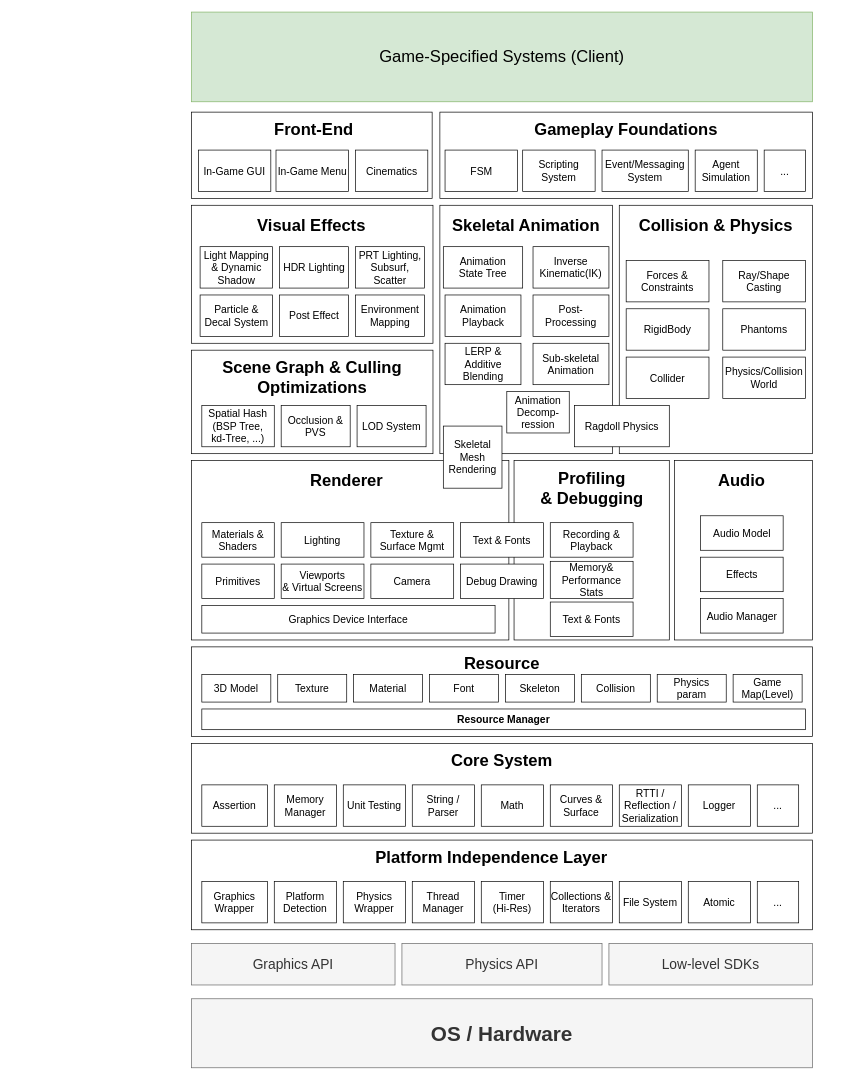
Before: Documents/Architecture.drawio in Hamsik2rang/Kepler, a draw.io diagram. Source tidied: cells renumbered, new cells numbered last; positions are measured from the earlier drawing's top-left corner, leaving out a move shared by most shapes. Both pictures are drawn from the tidied source at 69%, with x=0, y=0 at pixel (191, 12).
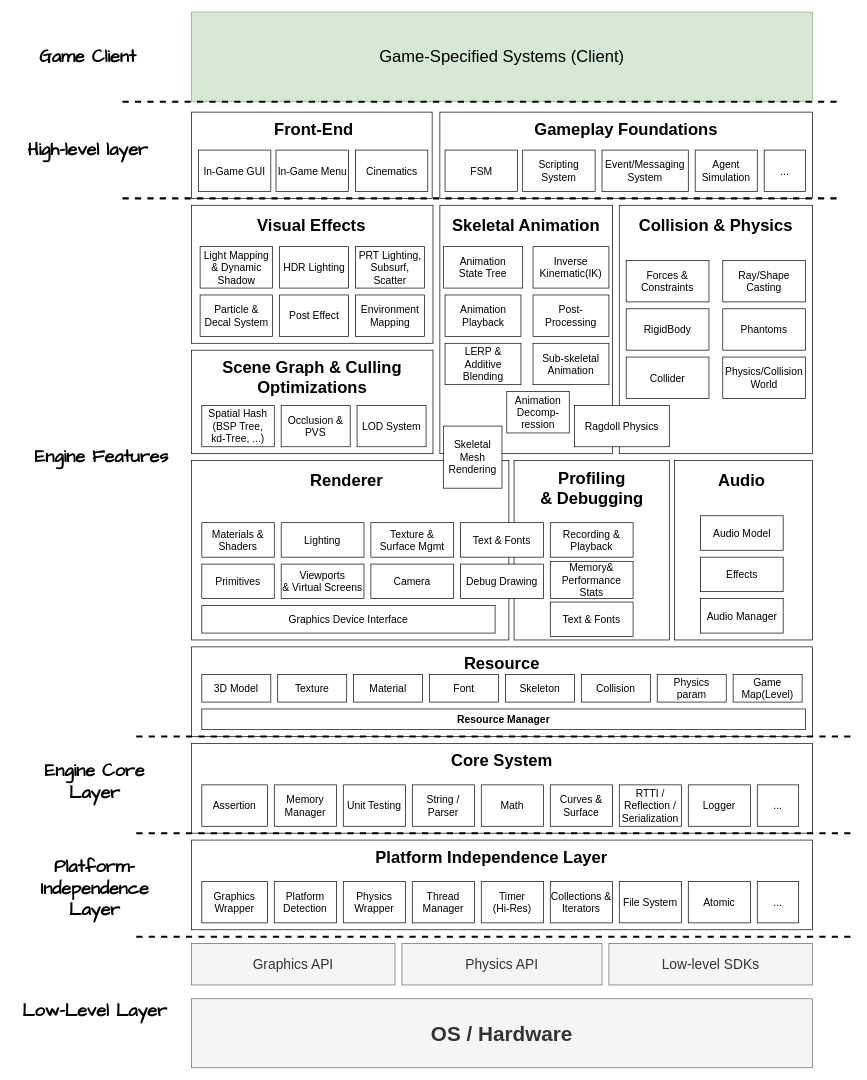
Above is the later version.

Commit message (it also covers changes not shown here):
docs: 레이어 단위 아키텍처 이미지 업로드

What changed in the source:
```diff
@@
+    <mxCell id="105" style="endArrow=none;dashed=1;html=1;rounded=0;strokeWidth=3;" parent="1" edge="1">
+      <mxGeometry relative="1" as="geometry">
+        <mxPoint x="-80" y="1190" as="sourcePoint" />
+        <mxPoint x="960" y="1190" as="targetPoint" />
+      </mxGeometry>
+    </mxCell>
+    <mxCell id="106" style="endArrow=none;dashed=1;html=1;rounded=0;strokeWidth=3;" parent="1" edge="1">
+      <mxGeometry relative="1" as="geometry">
+        <mxPoint x="-80" y="1340" as="sourcePoint" />
+        <mxPoint x="960" y="1340" as="targetPoint" />
+      </mxGeometry>
+    </mxCell>
+    <mxCell id="107" value="Platform-Independence Layer" style="text;html=1;strokeColor=none;fillColor=none;align=center;verticalAlign=middle;whiteSpace=wrap;rounded=0;fontFamily=Comic Sans MS;fontSize=26;fontStyle=1;" parent="1" vertex="1">
+      <mxGeometry x="-250" y="1230" width="220" height="80" as="geometry" />
+    </mxCell>
+    <mxCell id="108" value="Low-Level Layer" style="text;html=1;strokeColor=none;fillColor=none;align=center;verticalAlign=middle;whiteSpace=wrap;rounded=0;fontFamily=Comic Sans MS;fontSize=26;fontStyle=1;" parent="1" vertex="1">
+      <mxGeometry x="-250" y="1407" width="220" height="80" as="geometry" />
+    </mxCell>
+    <mxCell id="109" value="Engine Core Layer" style="text;html=1;strokeColor=none;fillColor=none;align=center;verticalAlign=middle;whiteSpace=wrap;rounded=0;fontFamily=Comic Sans MS;fontSize=26;fontStyle=1;" parent="1" vertex="1">
+      <mxGeometry x="-250" y="1075" width="220" height="80" as="geometry" />
+    </mxCell>
+    <mxCell id="110" style="endArrow=none;dashed=1;html=1;rounded=0;strokeWidth=3;" parent="1" edge="1">
+      <mxGeometry relative="1" as="geometry">
+        <mxPoint x="-80" y="1050" as="sourcePoint" />
+        <mxPoint x="960" y="1050" as="targetPoint" />
+      </mxGeometry>
+    </mxCell>
+    <mxCell id="111" value="Engine Features" style="text;html=1;strokeColor=none;fillColor=none;align=center;verticalAlign=middle;whiteSpace=wrap;rounded=0;fontFamily=Comic Sans MS;fontSize=26;fontStyle=1;" parent="1" vertex="1">
+      <mxGeometry x="-240" y="605" width="220" height="80" as="geometry" />
+    </mxCell>
+    <mxCell id="112" style="endArrow=none;dashed=1;html=1;rounded=0;strokeWidth=3;" parent="1" edge="1">
+      <mxGeometry relative="1" as="geometry">
+        <mxPoint x="-100" y="270" as="sourcePoint" />
+        <mxPoint x="940" y="270" as="targetPoint" />
+      </mxGeometry>
+    </mxCell>
+    <mxCell id="113" value="High-level layer" style="text;html=1;strokeColor=none;fillColor=none;align=center;verticalAlign=middle;whiteSpace=wrap;rounded=0;fontFamily=Comic Sans MS;fontSize=26;fontStyle=1;" parent="1" vertex="1">
+      <mxGeometry x="-260" y="160" width="220" height="80" as="geometry" />
+    </mxCell>
+    <mxCell id="114" style="endArrow=none;dashed=1;html=1;rounded=0;strokeWidth=3;" parent="1" edge="1">
+      <mxGeometry relative="1" as="geometry">
+        <mxPoint x="-100" y="130" as="sourcePoint" />
+        <mxPoint x="940" y="130" as="targetPoint" />
+      </mxGeometry>
+    </mxCell>
+    <mxCell id="115" value="Game Client" style="text;html=1;strokeColor=none;fillColor=none;align=center;verticalAlign=middle;whiteSpace=wrap;rounded=0;fontFamily=Comic Sans MS;fontSize=26;fontStyle=1;" parent="1" vertex="1">
+      <mxGeometry x="-260" y="25" width="220" height="80" as="geometry" />
+    </mxCell>
```
